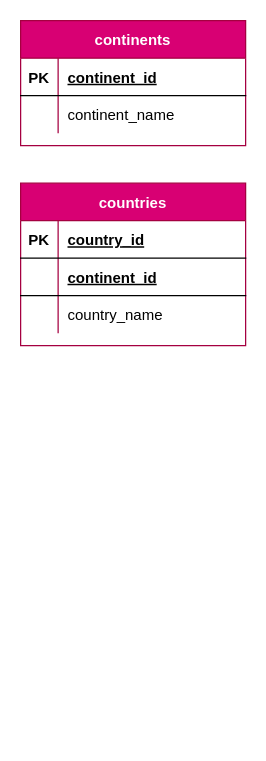
This is page "model" (2 of 2) of mundo_ER.drawio from r3card0/mundo-octo-potato, a draw.io file, before an edit. Source tidied: cells renumbered, new cells numbered last; positions are measured from the earlier drawing's top-left corner, leaving out a move shared by most shapes. Both pictures are drawn from the tidied source at 125%, with x=0, y=0 at pixel (20, 20).
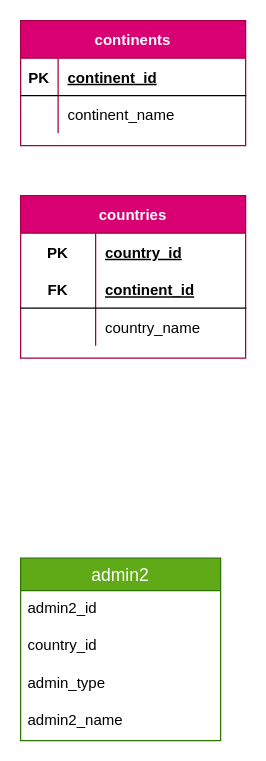
After the change.

Commit message:
fixed contries model

The change refers to these unchanged cells:
```xml
<mxCell id="13" style="shape=partialRectangle;fillColor=none;top=0;left=0;bottom=1;right=0;" parent="9" vertex="1">
  <mxGeometry y="60" width="180" height="30" as="geometry" />
</mxCell>
<mxCell id="16" style="shape=partialRectangle;fillColor=none;top=0;left=0;bottom=0;right=0;" parent="9" vertex="1">
  <mxGeometry y="90" width="180" height="30" as="geometry" />
</mxCell>
```

The edit, as a diff of the source:
```diff
@@
+    <mxCell id="19" value="admin2" style="swimlane;fontStyle=0;horizontal=1;startSize=26;align=center;fontSize=14;fillColor=#60a917;fontColor=#ffffff;strokeColor=#2D7600;" parent="1" vertex="1">
+      <mxGeometry y="430" width="160" height="146" as="geometry" />
+    </mxCell>
+    <mxCell id="20" value="admin2_id" style="text;strokeColor=none;fillColor=none;spacingLeft=4;spacingRight=4;overflow=hidden;fontSize=12;" parent="19" vertex="1">
+      <mxGeometry y="26" width="160" height="30" as="geometry" />
+    </mxCell>
+    <mxCell id="21" value="country_id" style="text;strokeColor=none;fillColor=none;spacingLeft=4;spacingRight=4;overflow=hidden;fontSize=12;" parent="19" vertex="1">
+      <mxGeometry y="56" width="160" height="30" as="geometry" />
+    </mxCell>
+    <mxCell id="22" value="admin_type" style="text;strokeColor=none;fillColor=none;spacingLeft=4;spacingRight=4;overflow=hidden;fontSize=12;" parent="19" vertex="1">
+      <mxGeometry y="86" width="160" height="30" as="geometry" />
+    </mxCell>
+    <mxCell id="23" value="admin2_name" style="text;strokeColor=none;fillColor=none;spacingLeft=4;spacingRight=4;overflow=hidden;fontSize=12;" parent="19" vertex="1">
+      <mxGeometry y="116" width="160" height="30" as="geometry" />
+    </mxCell>
-    <mxCell id="9" value="countries" style="shape=table;startSize=30;childLayout=tableLayout;rowLines=0;fontStyle=1;align=center;fillColor=#d80073;strokeColor=#A50040;fontColor=#ffffff;" parent="1" vertex="1">
-      <mxGeometry y="130" width="180" height="130" as="geometry" />
+    <mxCell id="9" value="countries" style="shape=table;startSize=30;childLayout=tableLayout;rowLines=0;fontStyle=1;align=center;fillColor=#d80073;fontColor=#ffffff;strokeColor=#A50040;" parent="1" vertex="1">
+      <mxGeometry y="140" width="180" height="130" as="geometry" />
     </mxCell>
-    <mxCell id="10" style="shape=partialRectangle;fillColor=none;top=0;left=0;bottom=1;right=0;" parent="9" vertex="1">
-      <mxGeometry y="30" width="180" height="30" as="geometry" />
-    </mxCell>
+    <mxCell id="24" style="shape=partialRectangle;fillColor=none;top=0;left=0;bottom=0;right=0;" parent="9" vertex="1">
+      <mxGeometry y="30" width="180" height="30" as="geometry" />
+    </mxCell>
-    <mxCell id="11" value="PK" style="shape=partialRectangle;fillColor=none;top=0;left=0;bottom=0;right=0;fontStyle=1;overflow=hidden;" parent="10" vertex="1">
-      <mxGeometry width="30" height="30" as="geometry" />
+    <mxCell id="11" value="PK" style="shape=partialRectangle;fillColor=none;top=0;left=0;bottom=0;right=0;fontStyle=1;overflow=hidden;" parent="24" vertex="1">
+      <mxGeometry width="60" height="30" as="geometry" />
     </mxCell>
-    <mxCell id="12" value="country_id" style="shape=partialRectangle;fillColor=none;top=0;left=0;bottom=0;right=0;align=left;spacingLeft=6;fontStyle=5;overflow=hidden;" parent="10" vertex="1">
-      <mxGeometry x="30" width="150" height="30" as="geometry" />
+    <mxCell id="12" value="country_id" style="shape=partialRectangle;fillColor=none;top=0;left=0;bottom=0;right=0;align=left;spacingLeft=6;fontStyle=5;overflow=hidden;" parent="24" vertex="1">
+      <mxGeometry x="60" width="120" height="30" as="geometry" />
     </mxCell>
@@
-    <mxCell id="14" style="shape=partialRectangle;fillColor=none;top=0;left=0;bottom=0;right=0;fontStyle=1;overflow=hidden;" parent="13" vertex="1">
-      <mxGeometry width="30" height="30" as="geometry" />
-    </mxCell>
+    <mxCell id="25" value="FK" style="shape=partialRectangle;fillColor=none;top=0;left=0;bottom=0;right=0;fontStyle=1;overflow=hidden;" parent="13" vertex="1">
+      <mxGeometry width="60" height="30" as="geometry" />
+    </mxCell>
     <mxCell id="15" value="continent_id" style="shape=partialRectangle;fillColor=none;top=0;left=0;bottom=0;right=0;align=left;spacingLeft=6;fontStyle=5;overflow=hidden;" parent="13" vertex="1">
-      <mxGeometry x="30" width="150" height="30" as="geometry" />
+      <mxGeometry x="60" width="120" height="30" as="geometry" />
     </mxCell>
@@
-    <mxCell id="17" style="shape=partialRectangle;fillColor=none;top=0;left=0;bottom=0;right=0;overflow=hidden;" parent="16" vertex="1">
-      <mxGeometry width="30" height="30" as="geometry" />
-    </mxCell>
+    <mxCell id="26" style="shape=partialRectangle;fillColor=none;top=0;left=0;bottom=0;right=0;overflow=hidden;" parent="16" vertex="1">
+      <mxGeometry width="60" height="30" as="geometry" />
+    </mxCell>
     <mxCell id="18" value="country_name" style="shape=partialRectangle;fillColor=none;top=0;left=0;bottom=0;right=0;align=left;spacingLeft=6;overflow=hidden;" parent="16" vertex="1">
-      <mxGeometry x="30" width="150" height="30" as="geometry" />
+      <mxGeometry x="60" width="120" height="30" as="geometry" />
     </mxCell>
```
